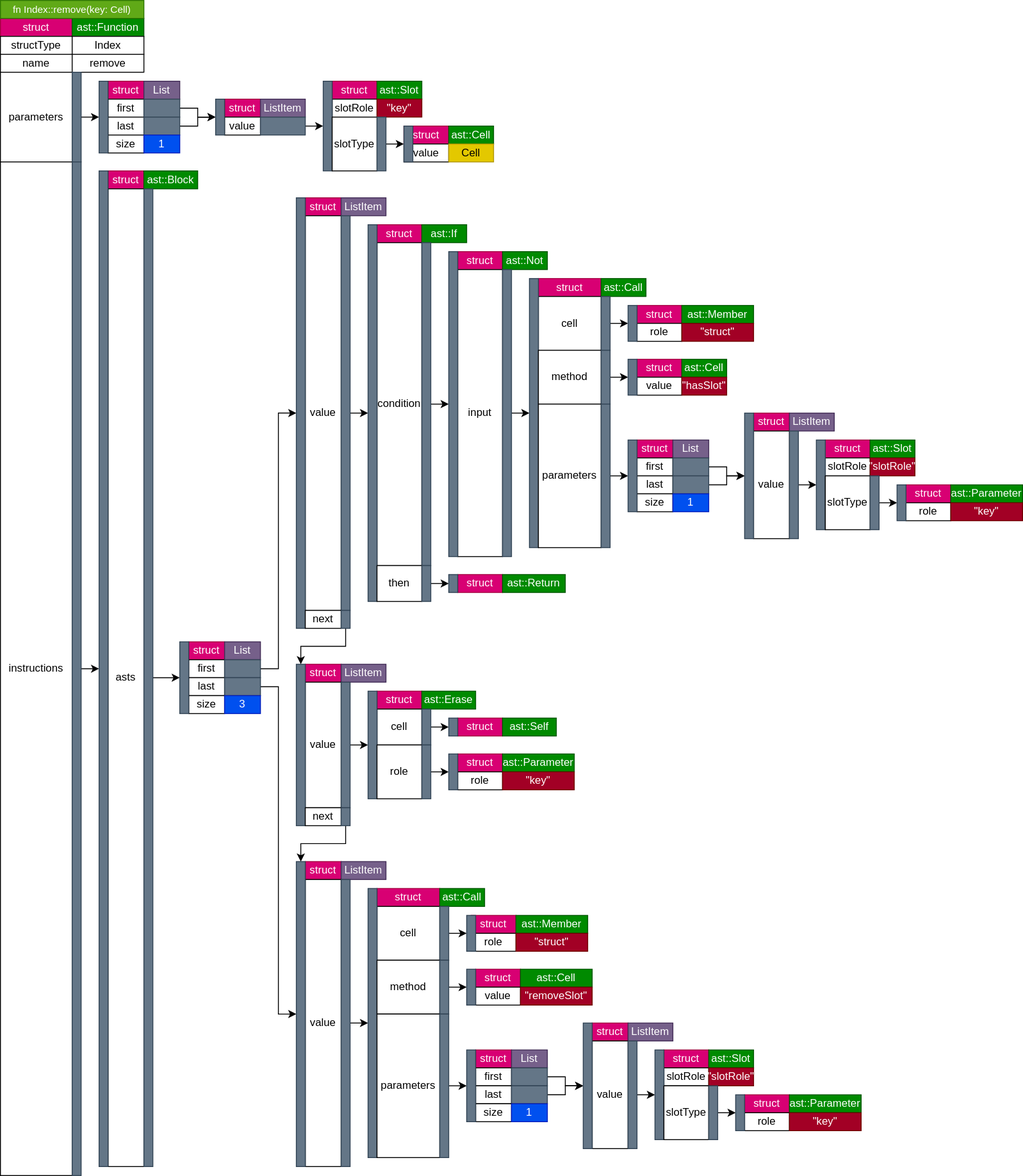
This is doc/diagrams/SampleASTs.svg from hun-nemethpeter/InfoCell, a draw.io export, as it was before one commit. Source tidied: cells renumbered, new cells last; positions are measured from the earlier drawing's top-left corner, leaving out a move shared by most shapes.
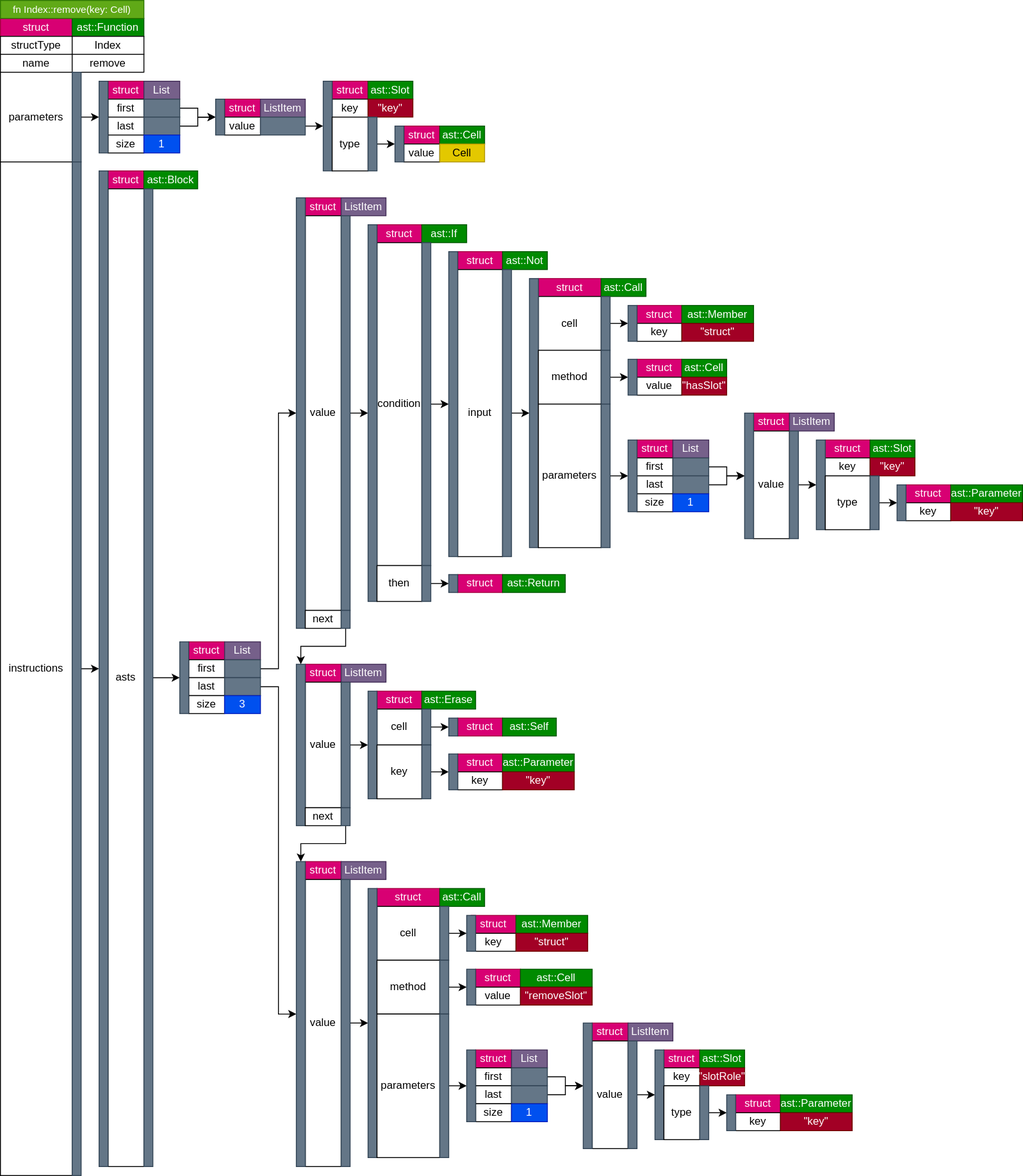
After the commit.

What changed in the source:
```diff
@@ -93,28 +93,28 @@
       <mxGeometry x="240" y="110" width="10" height="40" as="geometry" />
     </mxCell>
     <mxCell id="32" value="struct" style="rounded=0;whiteSpace=wrap;html=1;fillColor=#d80073;fontColor=#ffffff;strokeColor=#A50040;" parent="1" vertex="1">
-      <mxGeometry x="370" y="90" width="50" height="20" as="geometry" />
+      <mxGeometry x="370" y="90" width="40" height="20" as="geometry" />
     </mxCell>
     <mxCell id="33" value="ast::Slot" style="rounded=0;whiteSpace=wrap;html=1;fillColor=#008a00;fontColor=#ffffff;strokeColor=#005700;" parent="1" vertex="1">
-      <mxGeometry x="420" y="90" width="50" height="20" as="geometry" />
+      <mxGeometry x="410" y="90" width="50" height="20" as="geometry" />
     </mxCell>
-    <mxCell id="34" value="slotRole" style="rounded=0;whiteSpace=wrap;html=1;" parent="1" vertex="1">
-      <mxGeometry x="370" y="110" width="50" height="20" as="geometry" />
+    <mxCell id="34" value="key" style="rounded=0;whiteSpace=wrap;html=1;" parent="1" vertex="1">
+      <mxGeometry x="370" y="110" width="40" height="20" as="geometry" />
     </mxCell>
     <mxCell id="35" value="&quot;key&quot;" style="rounded=0;whiteSpace=wrap;html=1;fillColor=#a20025;fontColor=#ffffff;strokeColor=#6F0000;" parent="1" vertex="1">
-      <mxGeometry x="420" y="110" width="50" height="20" as="geometry" />
+      <mxGeometry x="410" y="110" width="50" height="20" as="geometry" />
     </mxCell>
     <mxCell id="36" style="rounded=0;whiteSpace=wrap;html=1;fontFamily=Helvetica;fontSize=11;fontColor=#ffffff;fillColor=#647687;strokeColor=#314354;" parent="1" vertex="1">
       <mxGeometry x="360" y="90" width="10" height="100" as="geometry" />
     </mxCell>
-    <mxCell id="37" value="slotType" style="rounded=0;whiteSpace=wrap;html=1;" parent="1" vertex="1">
-      <mxGeometry x="370" y="130" width="50" height="60" as="geometry" />
+    <mxCell id="37" value="type" style="rounded=0;whiteSpace=wrap;html=1;" parent="1" vertex="1">
+      <mxGeometry x="370" y="130" width="40" height="60" as="geometry" />
     </mxCell>
     <mxCell id="38" style="edgeStyle=orthogonalEdgeStyle;rounded=0;jettySize=auto;html=1;exitX=1;exitY=0.5;exitDx=0;exitDy=0;entryX=0;entryY=0.5;entryDx=0;entryDy=0;" parent="1" edge="1" source="39" target="82">
       <mxGeometry relative="1" as="geometry" />
     </mxCell>
     <mxCell id="39" style="rounded=0;whiteSpace=wrap;html=1;fillColor=#647687;fontColor=#ffffff;strokeColor=#314354;" parent="1" vertex="1">
-      <mxGeometry x="420" y="130" width="10" height="60" as="geometry" />
+      <mxGeometry x="410" y="130" width="10" height="60" as="geometry" />
     </mxCell>
     <mxCell id="40" value="struct" style="rounded=0;whiteSpace=wrap;html=1;fillColor=#d80073;fontColor=#ffffff;strokeColor=#A50040;" parent="1" vertex="1">
       <mxGeometry x="120" y="190" width="40" height="20" as="geometry" />
@@ -231,19 +231,19 @@
       <mxGeometry x="500" y="280" width="10" height="340" as="geometry" />
     </mxCell>
     <mxCell id="78" value="struct" style="rounded=0;whiteSpace=wrap;html=1;fillColor=#d80073;fontColor=#ffffff;strokeColor=#A50040;" parent="1" vertex="1">
-      <mxGeometry x="450" y="140" width="50" height="20" as="geometry" />
+      <mxGeometry x="450" y="140" width="40" height="20" as="geometry" />
     </mxCell>
     <mxCell id="79" value="ast::Cell" style="rounded=0;whiteSpace=wrap;html=1;fillColor=#008a00;fontColor=#ffffff;strokeColor=#005700;" parent="1" vertex="1">
-      <mxGeometry x="500" y="140" width="50" height="20" as="geometry" />
+      <mxGeometry x="490" y="140" width="50" height="20" as="geometry" />
     </mxCell>
     <mxCell id="80" value="value" style="rounded=0;whiteSpace=wrap;html=1;" parent="1" vertex="1">
-      <mxGeometry x="450" y="160" width="50" height="20" as="geometry" />
+      <mxGeometry x="450" y="160" width="40" height="20" as="geometry" />
     </mxCell>
     <mxCell id="81" value="Cell" style="rounded=0;whiteSpace=wrap;html=1;fillColor=#e3c800;fontColor=#000000;strokeColor=#B09500;" parent="1" vertex="1">
-      <mxGeometry x="500" y="160" width="50" height="20" as="geometry" />
+      <mxGeometry x="490" y="160" width="50" height="20" as="geometry" />
     </mxCell>
     <mxCell id="82" style="rounded=0;whiteSpace=wrap;html=1;fontFamily=Helvetica;fontSize=11;fontColor=#ffffff;fillColor=#647687;strokeColor=#314354;" parent="1" vertex="1">
-      <mxGeometry x="450" y="140" width="10" height="40" as="geometry" />
+      <mxGeometry x="440" y="140" width="10" height="40" as="geometry" />
     </mxCell>
     <mxCell id="83" value="struct" style="rounded=0;whiteSpace=wrap;html=1;fillColor=#d80073;fontColor=#ffffff;strokeColor=#A50040;" parent="1" vertex="1">
       <mxGeometry x="600" y="310" width="70" height="20" as="geometry" />
@@ -290,7 +290,7 @@
     <mxCell id="97" value="ast::Member" style="rounded=0;whiteSpace=wrap;html=1;fillColor=#008a00;fontColor=#ffffff;strokeColor=#005700;" parent="1" vertex="1">
       <mxGeometry x="760" y="340" width="80" height="20" as="geometry" />
     </mxCell>
-    <mxCell id="98" value="role" style="rounded=0;whiteSpace=wrap;html=1;" parent="1" vertex="1">
+    <mxCell id="98" value="key" style="rounded=0;whiteSpace=wrap;html=1;" parent="1" vertex="1">
       <mxGeometry x="710" y="360" width="50" height="20" as="geometry" />
     </mxCell>
     <mxCell id="99" value="&quot;struct&quot;" style="rounded=0;whiteSpace=wrap;html=1;fillColor=#a20025;fontColor=#ffffff;strokeColor=#6F0000;" parent="1" vertex="1">
@@ -371,16 +371,16 @@
     <mxCell id="124" value="ast::Slot" style="rounded=0;whiteSpace=wrap;html=1;fillColor=#008a00;fontColor=#ffffff;strokeColor=#005700;" parent="1" vertex="1">
       <mxGeometry x="970" y="490" width="50" height="20" as="geometry" />
     </mxCell>
-    <mxCell id="125" value="slotRole" style="rounded=0;whiteSpace=wrap;html=1;" parent="1" vertex="1">
+    <mxCell id="125" value="key" style="rounded=0;whiteSpace=wrap;html=1;" parent="1" vertex="1">
       <mxGeometry x="920" y="510" width="50" height="20" as="geometry" />
     </mxCell>
-    <mxCell id="126" value="&quot;slotRole&quot;" style="rounded=0;whiteSpace=wrap;html=1;fillColor=#a20025;fontColor=#ffffff;strokeColor=#6F0000;" parent="1" vertex="1">
+    <mxCell id="126" value="&quot;key&quot;" style="rounded=0;whiteSpace=wrap;html=1;fillColor=#a20025;fontColor=#ffffff;strokeColor=#6F0000;" parent="1" vertex="1">
       <mxGeometry x="970" y="510" width="50" height="20" as="geometry" />
     </mxCell>
     <mxCell id="127" style="rounded=0;whiteSpace=wrap;html=1;fontFamily=Helvetica;fontSize=11;fontColor=#ffffff;fillColor=#647687;strokeColor=#314354;" parent="1" vertex="1">
       <mxGeometry x="910" y="490" width="10" height="100" as="geometry" />
     </mxCell>
-    <mxCell id="128" value="slotType" style="rounded=0;whiteSpace=wrap;html=1;" parent="1" vertex="1">
+    <mxCell id="128" value="type" style="rounded=0;whiteSpace=wrap;html=1;" parent="1" vertex="1">
       <mxGeometry x="920" y="530" width="50" height="60" as="geometry" />
     </mxCell>
     <mxCell id="129" style="edgeStyle=orthogonalEdgeStyle;rounded=0;jettySize=auto;html=1;exitX=1;exitY=0.5;exitDx=0;exitDy=0;entryX=0;entryY=0.5;entryDx=0;entryDy=0;" parent="1" edge="1" source="130" target="135">
@@ -395,7 +395,7 @@
     <mxCell id="132" value="ast::Parameter" style="rounded=0;whiteSpace=wrap;html=1;fillColor=#008a00;fontColor=#ffffff;strokeColor=#005700;" parent="1" vertex="1">
       <mxGeometry x="1060" y="540" width="80" height="20" as="geometry" />
     </mxCell>
-    <mxCell id="133" value="role" style="rounded=0;whiteSpace=wrap;html=1;" parent="1" vertex="1">
+    <mxCell id="133" value="key" style="rounded=0;whiteSpace=wrap;html=1;" parent="1" vertex="1">
       <mxGeometry x="1010" y="560" width="50" height="20" as="geometry" />
     </mxCell>
     <mxCell id="134" value="&quot;key&quot;" style="rounded=0;whiteSpace=wrap;html=1;fillColor=#a20025;fontColor=#ffffff;strokeColor=#6F0000;" parent="1" vertex="1">
@@ -467,7 +467,7 @@
     <mxCell id="156" style="rounded=0;whiteSpace=wrap;html=1;fontFamily=Helvetica;fontSize=11;fontColor=#ffffff;fillColor=#647687;strokeColor=#314354;" parent="1" vertex="1">
       <mxGeometry x="410" y="770" width="10" height="120" as="geometry" />
     </mxCell>
-    <mxCell id="157" value="role" style="rounded=0;whiteSpace=wrap;html=1;" parent="1" vertex="1">
+    <mxCell id="157" value="key" style="rounded=0;whiteSpace=wrap;html=1;" parent="1" vertex="1">
       <mxGeometry x="420" y="830" width="50" height="60" as="geometry" />
     </mxCell>
     <mxCell id="158" style="edgeStyle=orthogonalEdgeStyle;rounded=0;jettySize=auto;html=1;exitX=1;exitY=0.5;exitDx=0;exitDy=0;entryX=0;entryY=0.5;entryDx=0;entryDy=0;" parent="1" edge="1" source="159" target="167">
@@ -491,7 +491,7 @@
     <mxCell id="164" value="ast::Parameter" style="rounded=0;whiteSpace=wrap;html=1;fillColor=#008a00;fontColor=#ffffff;strokeColor=#005700;" parent="1" vertex="1">
       <mxGeometry x="560" y="840" width="80" height="20" as="geometry" />
     </mxCell>
-    <mxCell id="165" value="role" style="rounded=0;whiteSpace=wrap;html=1;" parent="1" vertex="1">
+    <mxCell id="165" value="key" style="rounded=0;whiteSpace=wrap;html=1;" parent="1" vertex="1">
       <mxGeometry x="510" y="860" width="50" height="20" as="geometry" />
     </mxCell>
     <mxCell id="166" value="&quot;key&quot;" style="rounded=0;whiteSpace=wrap;html=1;fillColor=#a20025;fontColor=#ffffff;strokeColor=#6F0000;" parent="1" vertex="1">
@@ -563,7 +563,7 @@
     <mxCell id="188" value="ast::Member" style="rounded=0;whiteSpace=wrap;html=1;fillColor=#008a00;fontColor=#ffffff;strokeColor=#005700;" parent="1" vertex="1">
       <mxGeometry x="575" y="1020" width="80" height="20" as="geometry" />
     </mxCell>
-    <mxCell id="189" value="role" style="rounded=0;whiteSpace=wrap;html=1;" parent="1" vertex="1">
+    <mxCell id="189" value="key" style="rounded=0;whiteSpace=wrap;html=1;" parent="1" vertex="1">
       <mxGeometry x="525" y="1040" width="50" height="20" as="geometry" />
     </mxCell>
     <mxCell id="190" value="&quot;struct&quot;" style="rounded=0;whiteSpace=wrap;html=1;fillColor=#a20025;fontColor=#ffffff;strokeColor=#6F0000;" parent="1" vertex="1">
@@ -639,43 +639,43 @@
       <mxGeometry x="650" y="1140" width="10" height="140" as="geometry" />
     </mxCell>
     <mxCell id="214" value="struct" style="rounded=0;whiteSpace=wrap;html=1;fillColor=#d80073;fontColor=#ffffff;strokeColor=#A50040;" parent="1" vertex="1">
-      <mxGeometry x="740" y="1170" width="50" height="20" as="geometry" />
+      <mxGeometry x="740" y="1170" width="40" height="20" as="geometry" />
     </mxCell>
     <mxCell id="215" value="ast::Slot" style="rounded=0;whiteSpace=wrap;html=1;fillColor=#008a00;fontColor=#ffffff;strokeColor=#005700;" parent="1" vertex="1">
-      <mxGeometry x="790" y="1170" width="50" height="20" as="geometry" />
+      <mxGeometry x="780" y="1170" width="50" height="20" as="geometry" />
     </mxCell>
-    <mxCell id="216" value="slotRole" style="rounded=0;whiteSpace=wrap;html=1;" parent="1" vertex="1">
-      <mxGeometry x="740" y="1190" width="50" height="20" as="geometry" />
+    <mxCell id="216" value="key" style="rounded=0;whiteSpace=wrap;html=1;" parent="1" vertex="1">
+      <mxGeometry x="740" y="1190" width="40" height="20" as="geometry" />
     </mxCell>
     <mxCell id="217" value="&quot;slotRole&quot;" style="rounded=0;whiteSpace=wrap;html=1;fillColor=#a20025;fontColor=#ffffff;strokeColor=#6F0000;" parent="1" vertex="1">
-      <mxGeometry x="790" y="1190" width="50" height="20" as="geometry" />
+      <mxGeometry x="780" y="1190" width="50" height="20" as="geometry" />
     </mxCell>
     <mxCell id="218" style="rounded=0;whiteSpace=wrap;html=1;fontFamily=Helvetica;fontSize=11;fontColor=#ffffff;fillColor=#647687;strokeColor=#314354;" parent="1" vertex="1">
       <mxGeometry x="730" y="1170" width="10" height="100" as="geometry" />
     </mxCell>
-    <mxCell id="219" value="slotType" style="rounded=0;whiteSpace=wrap;html=1;" parent="1" vertex="1">
-      <mxGeometry x="740" y="1210" width="50" height="60" as="geometry" />
+    <mxCell id="219" value="type" style="rounded=0;whiteSpace=wrap;html=1;" parent="1" vertex="1">
+      <mxGeometry x="740" y="1210" width="40" height="60" as="geometry" />
     </mxCell>
     <mxCell id="220" style="edgeStyle=orthogonalEdgeStyle;rounded=0;jettySize=auto;html=1;exitX=1;exitY=0.5;exitDx=0;exitDy=0;entryX=0;entryY=0.5;entryDx=0;entryDy=0;" parent="1" edge="1" source="221" target="226">
       <mxGeometry relative="1" as="geometry" />
     </mxCell>
     <mxCell id="221" style="rounded=0;whiteSpace=wrap;html=1;fillColor=#647687;fontColor=#ffffff;strokeColor=#314354;" parent="1" vertex="1">
-      <mxGeometry x="790" y="1210" width="10" height="60" as="geometry" />
+      <mxGeometry x="780" y="1210" width="10" height="60" as="geometry" />
     </mxCell>
     <mxCell id="222" value="struct" style="rounded=0;whiteSpace=wrap;html=1;fillColor=#d80073;fontColor=#ffffff;strokeColor=#A50040;" parent="1" vertex="1">
-      <mxGeometry x="830" y="1220" width="50" height="20" as="geometry" />
+      <mxGeometry x="820" y="1220" width="50" height="20" as="geometry" />
     </mxCell>
     <mxCell id="223" value="ast::Parameter" style="rounded=0;whiteSpace=wrap;html=1;fillColor=#008a00;fontColor=#ffffff;strokeColor=#005700;" parent="1" vertex="1">
-      <mxGeometry x="880" y="1220" width="80" height="20" as="geometry" />
+      <mxGeometry x="870" y="1220" width="80" height="20" as="geometry" />
     </mxCell>
-    <mxCell id="224" value="role" style="rounded=0;whiteSpace=wrap;html=1;" parent="1" vertex="1">
-      <mxGeometry x="830" y="1240" width="50" height="20" as="geometry" />
+    <mxCell id="224" value="key" style="rounded=0;whiteSpace=wrap;html=1;" parent="1" vertex="1">
+      <mxGeometry x="820" y="1240" width="50" height="20" as="geometry" />
     </mxCell>
     <mxCell id="225" value="&quot;key&quot;" style="rounded=0;whiteSpace=wrap;html=1;fillColor=#a20025;fontColor=#ffffff;strokeColor=#6F0000;" parent="1" vertex="1">
-      <mxGeometry x="880" y="1240" width="80" height="20" as="geometry" />
+      <mxGeometry x="870" y="1240" width="80" height="20" as="geometry" />
     </mxCell>
     <mxCell id="226" style="rounded=0;whiteSpace=wrap;html=1;fontFamily=Helvetica;fontSize=11;fontColor=#ffffff;fillColor=#647687;strokeColor=#314354;" parent="1" vertex="1">
-      <mxGeometry x="820" y="1220" width="10" height="40" as="geometry" />
+      <mxGeometry x="810" y="1220" width="10" height="40" as="geometry" />
     </mxCell>
   </root>
 </mxGraphModel>
```
